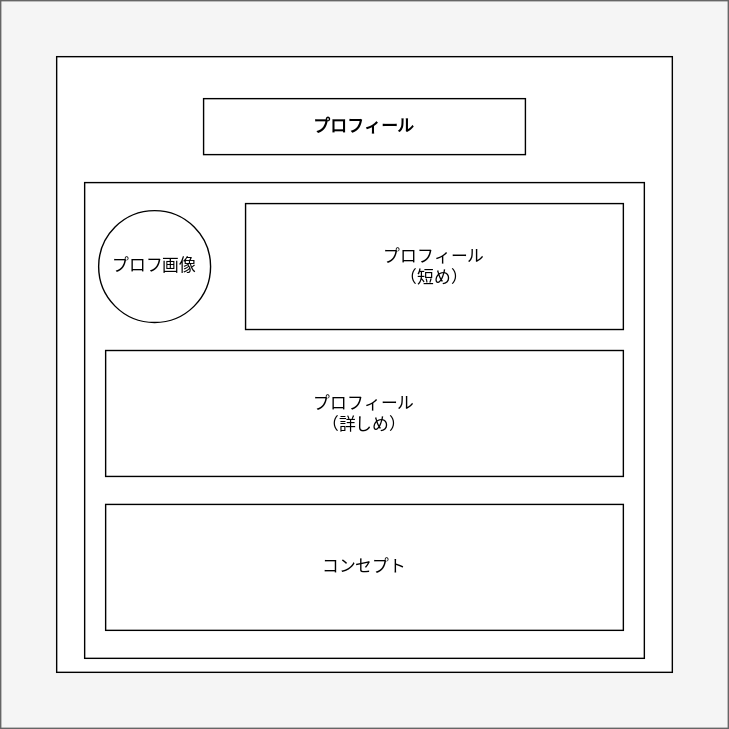
The draw.io diagram SpecificationDocuments/draw/img/portfolio-introductions.svg in nekkiChan/Portfolio, before a commit. Source tidied: cells renumbered, new cells last; positions are measured from the earlier drawing's top-left corner, leaving out a move shared by most shapes. Source of this version:
```xml
<mxGraphModel>
  <root>
    <mxCell id="0" />
    <mxCell id="1" parent="0" />
    <mxCell id="2" style="rounded=0;whiteSpace=wrap;html=1;fillColor=#f5f5f5;fontColor=#333333;strokeColor=#666666;" parent="1" vertex="1">
      <mxGeometry width="520" height="520" as="geometry" />
    </mxCell>
    <mxCell id="3" style="rounded=0;whiteSpace=wrap;html=1;" parent="1" vertex="1">
      <mxGeometry x="40" y="40" width="440" height="440" as="geometry" />
    </mxCell>
    <mxCell id="4" value="&lt;b&gt;プロフィール&lt;/b&gt;" style="rounded=0;whiteSpace=wrap;html=1;align=center;strokeColor=default;" parent="1" vertex="1">
      <mxGeometry x="145" y="70" width="230" height="40" as="geometry" />
    </mxCell>
    <mxCell id="5" style="rounded=0;whiteSpace=wrap;html=1;labelBackgroundColor=default;" parent="1" vertex="1">
      <mxGeometry x="60" y="130" width="400" height="340" as="geometry" />
    </mxCell>
    <mxCell id="6" value="プロフ画像" style="ellipse;whiteSpace=wrap;html=1;" parent="1" vertex="1">
      <mxGeometry x="70" y="150" width="80" height="80" as="geometry" />
    </mxCell>
    <mxCell id="7" value="プロフィール&lt;br&gt;（短め）" style="rounded=0;whiteSpace=wrap;html=1;" parent="1" vertex="1">
      <mxGeometry x="175" y="145" width="270" height="90" as="geometry" />
    </mxCell>
    <mxCell id="8" value="プロフィール&lt;br&gt;（詳しめ）" style="rounded=0;whiteSpace=wrap;html=1;" parent="1" vertex="1">
      <mxGeometry x="75" y="250" width="370" height="90" as="geometry" />
    </mxCell>
    <mxCell id="9" value="コンセプト" style="rounded=0;whiteSpace=wrap;html=1;" parent="1" vertex="1">
      <mxGeometry x="75" y="360" width="370" height="90" as="geometry" />
    </mxCell>
  </root>
</mxGraphModel>
```
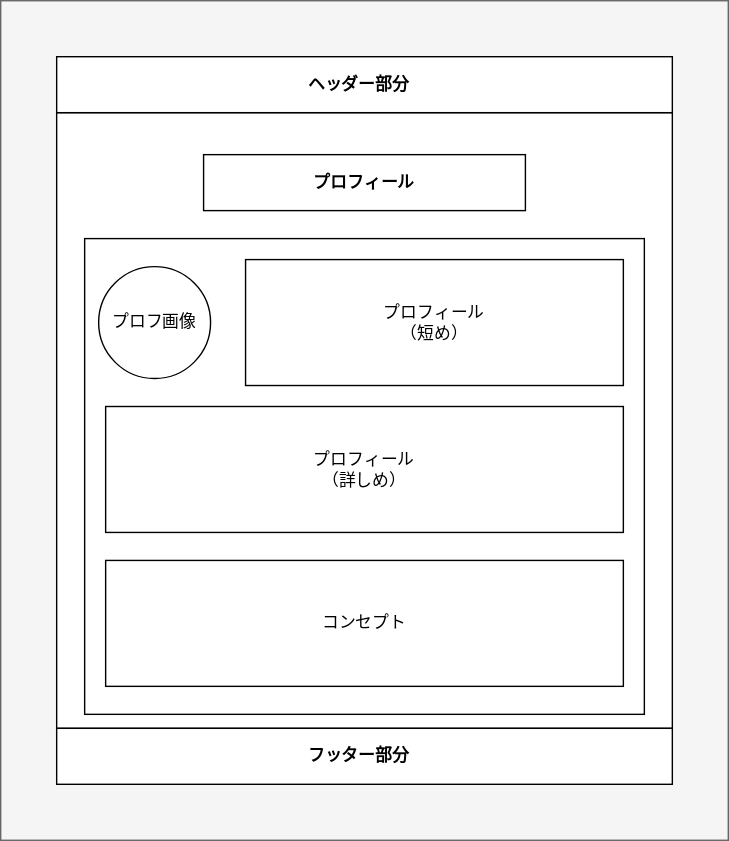
After the commit.

Change to the diagram source:
```diff
@@ -3,7 +3,7 @@
     <mxCell id="0" />
     <mxCell id="1" parent="0" />
     <mxCell id="2" style="rounded=0;whiteSpace=wrap;html=1;fillColor=#f5f5f5;fontColor=#333333;strokeColor=#666666;" parent="1" vertex="1">
-      <mxGeometry width="520" height="520" as="geometry" />
+      <mxGeometry y="-40" width="520" height="600" as="geometry" />
     </mxCell>
     <mxCell id="3" style="rounded=0;whiteSpace=wrap;html=1;" parent="1" vertex="1">
       <mxGeometry x="40" y="40" width="440" height="440" as="geometry" />
@@ -26,5 +26,11 @@
     <mxCell id="9" value="コンセプト" style="rounded=0;whiteSpace=wrap;html=1;" parent="1" vertex="1">
       <mxGeometry x="75" y="360" width="370" height="90" as="geometry" />
     </mxCell>
+    <mxCell id="10" value="&lt;b&gt;ヘッダー部分&lt;span style=&quot;white-space: pre;&quot;&gt;&#9;&lt;/span&gt;&lt;/b&gt;" style="rounded=0;whiteSpace=wrap;html=1;align=center;" parent="1" vertex="1">
+      <mxGeometry x="40" width="440" height="40" as="geometry" />
+    </mxCell>
+    <mxCell id="11" value="&lt;div style=&quot;&quot;&gt;&lt;b&gt;&lt;span style=&quot;background-color: initial;&quot;&gt;フッター部分&lt;/span&gt;&lt;span style=&quot;background-color: initial; white-space: pre;&quot;&gt;&#9;&lt;/span&gt;&lt;/b&gt;&lt;/div&gt;" style="rounded=0;whiteSpace=wrap;html=1;align=center;" parent="1" vertex="1">
+      <mxGeometry x="40" y="480" width="440" height="40" as="geometry" />
+    </mxCell>
   </root>
 </mxGraphModel>
```
